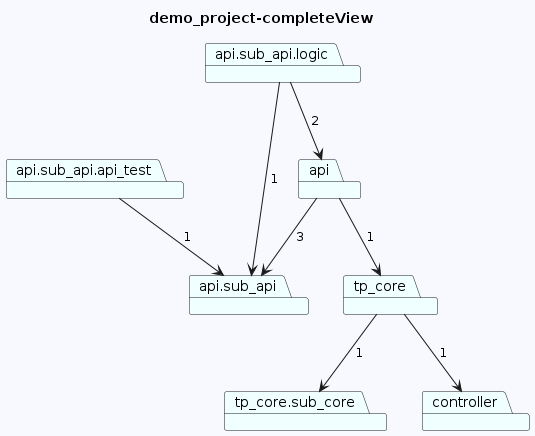
Before: diagrams/demo_project-completeView.png, a diagram exported from PlantUML (mathiasbk1/archlens_test).
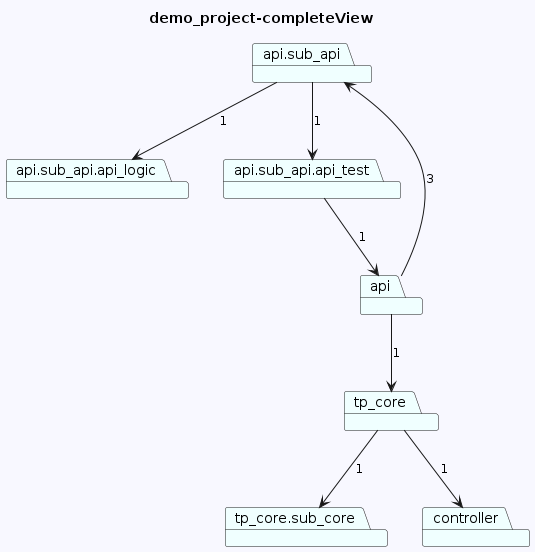
After the change.

The edit, as a diff of the source:
```diff
@@ -2,19 +2,19 @@
 skinparam backgroundColor GhostWhite
 title demo_project-completeView
 package "api.sub_api" #Azure
+package "api.sub_api.api_logic" #Azure
 package "api.sub_api.api_test" #Azure
+package "api" #Azure
+package "tp_core.sub_core" #Azure
 package "tp_core" #Azure
-package "api.sub_api.logic" #Azure
-package "tp_core.sub_core" #Azure
-package "api" #Azure
 package "controller" #Azure
+"api.sub_api"-->"api.sub_api.api_logic"  : 1
+"api.sub_api"-->"api.sub_api.api_test"  : 1
 
-"api.sub_api.api_test"-->"api.sub_api"  : 1
+"api.sub_api.api_test"-->"api"  : 1
+"api"-->"api.sub_api"  : 3
+"api"-->"tp_core"  : 1
+
+"tp_core"-->"controller"  : 1
 "tp_core"-->"tp_core.sub_core"  : 1
-"tp_core"-->"controller"  : 1
-"api.sub_api.logic"-->"api.sub_api"  : 1
-"api.sub_api.logic"-->"api"  : 2
-
-"api"-->"tp_core"  : 1
-"api"-->"api.sub_api"  : 3
 @enduml
```
